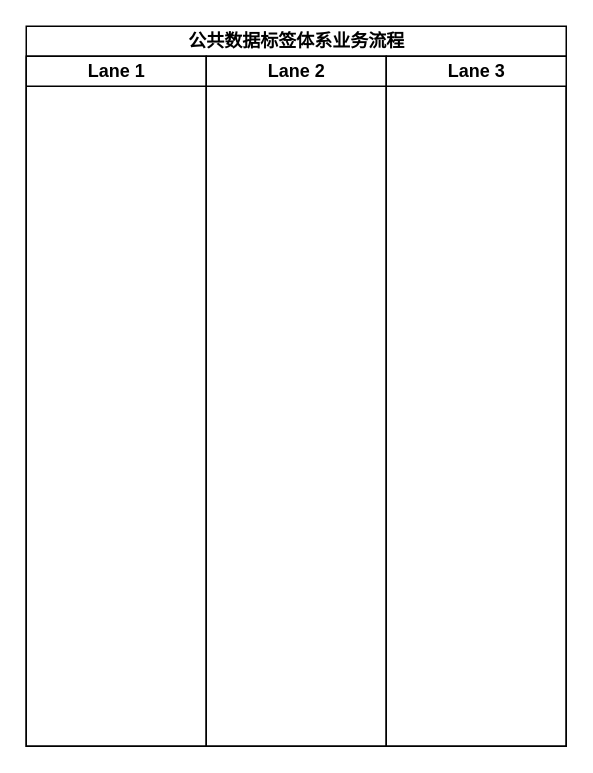
This is 数为产品全景架构.drawio from joestarhu/drowio, a draw.io file, before an edit. Source tidied: cells renumbered, new cells numbered last; positions are measured from the earlier drawing's top-left corner, leaving out a move shared by most shapes. Both pictures are drawn from the tidied source at 150%, with x=0, y=0 at pixel (26, 26).
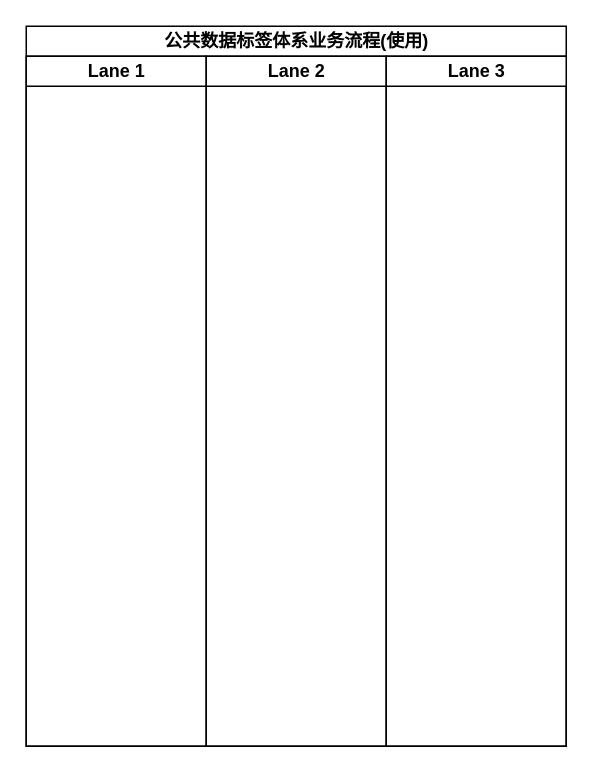
After the change.

Commit message (it also covers changes not shown here):
更新数为产品全景架构.drawio

Change to the diagram source:
```diff
@@
 <mxGraphModel>
   <root>
     <mxCell id="0" />
     <mxCell id="1" parent="0" />
-    <mxCell id="2" value="公共数据标签体系业务流程" style="swimlane;startSize=20;html=1;" parent="1" vertex="1">
+    <mxCell id="2" value="公共数据标签体系业务流程(使用)" style="swimlane;startSize=20;html=1;" parent="1" vertex="1">
       <mxGeometry width="360" height="480" as="geometry" />
     </mxCell>
     <mxCell id="3" value="Lane 1" style="swimlane;startSize=20;html=1;" parent="2" vertex="1">
       <mxGeometry y="20" width="120" height="460" as="geometry" />
     </mxCell>
     <mxCell id="4" value="Lane 2" style="swimlane;startSize=20;html=1;" parent="2" vertex="1">
       <mxGeometry x="120" y="20" width="120" height="460" as="geometry" />
     </mxCell>
     <mxCell id="5" value="Lane 3" style="swimlane;startSize=20;html=1;" parent="2" vertex="1">
       <mxGeometry x="240" y="20" width="120" height="460" as="geometry" />
     </mxCell>
   </root>
 </mxGraphModel>
```
